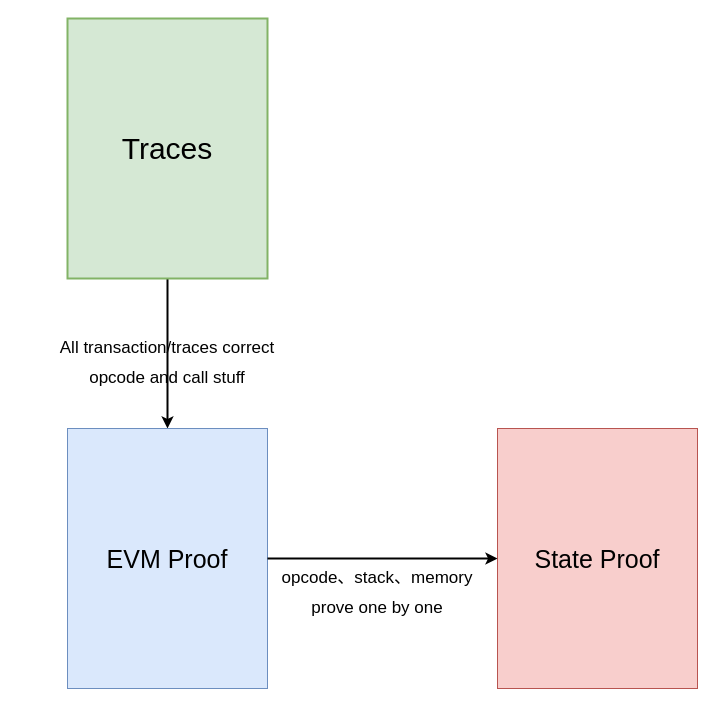
Before: zkevm/EVM/state-proof.drawio in 0xyicheng/a-research-diagram, a draw.io diagram. Source tidied: cells renumbered, new cells numbered last; positions are measured from the earlier drawing's top-left corner, leaving out a move shared by most shapes. Both pictures are drawn from the tidied source at 100%, with x=0, y=0 at pixel (17, 18).
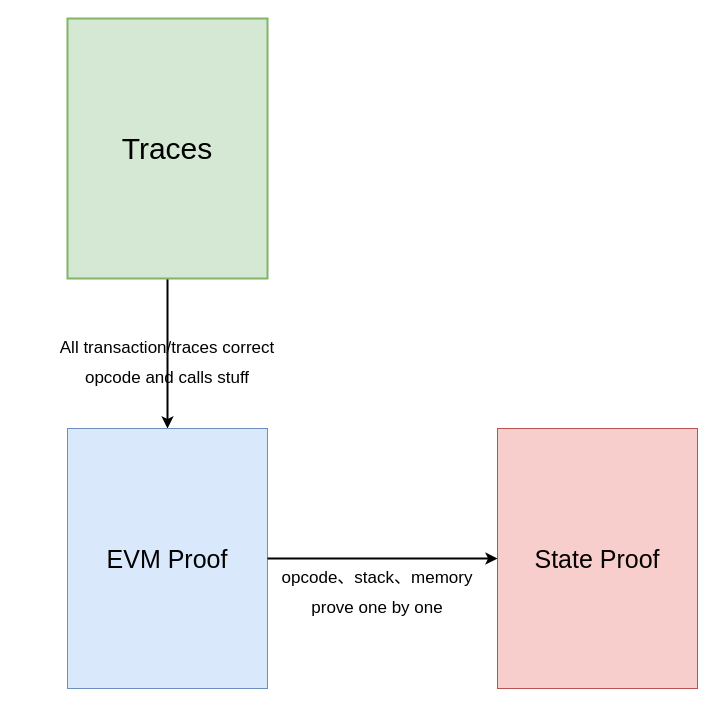
Above is the later version.

What changed in the source:
```diff
@@
 <mxGraphModel>
   <root>
     <mxCell id="0" />
     <mxCell id="1" parent="0" />
     <mxCell id="2" style="edgeStyle=orthogonalEdgeStyle;rounded=0;jettySize=auto;html=1;fontSize=30;strokeWidth=2;" parent="1" edge="1" source="3" target="4">
       <mxGeometry relative="1" as="geometry" />
     </mxCell>
     <mxCell id="3" value="&lt;font style=&quot;font-size: 30px;&quot;&gt;Traces&lt;/font&gt;" style="rounded=0;whiteSpace=wrap;html=1;fillColor=#d5e8d4;strokeColor=#82b366;strokeWidth=2;" parent="1" vertex="1">
       <mxGeometry x="50" width="200" height="260" as="geometry" />
     </mxCell>
     <mxCell id="4" value="&lt;font style=&quot;font-size: 25px;&quot;&gt;EVM Proof&lt;/font&gt;" style="rounded=0;whiteSpace=wrap;html=1;fillColor=#dae8fc;strokeColor=#6c8ebf;" parent="1" vertex="1">
       <mxGeometry x="50" y="410" width="200" height="260" as="geometry" />
     </mxCell>
     <mxCell id="5" value="&lt;font style=&quot;font-size: 25px;&quot;&gt;State Proof&lt;/font&gt;" style="rounded=0;whiteSpace=wrap;html=1;fillColor=#f8cecc;strokeColor=#b85450;" parent="1" vertex="1">
       <mxGeometry x="480" y="410" width="200" height="260" as="geometry" />
     </mxCell>
     <mxCell id="6" style="endArrow=classic;html=1;rounded=0;fontSize=25;strokeWidth=2;" parent="1" edge="1" target="5">
       <mxGeometry relative="1" as="geometry">
         <mxPoint x="250" y="540" as="sourcePoint" />
       </mxGeometry>
     </mxCell>
-    <mxCell id="7" value="&lt;span style=&quot;font-size: 17px; line-height: 1;&quot;&gt;All transaction/traces correct&lt;br&gt;opcode and call stuff&lt;br&gt;&lt;/span&gt;" style="text;html=1;strokeColor=none;fillColor=none;align=center;verticalAlign=middle;whiteSpace=wrap;rounded=0;fontSize=25;" parent="1" vertex="1">
+    <mxCell id="7" value="&lt;span style=&quot;font-size: 17px; line-height: 1;&quot;&gt;All transaction/traces correct&lt;br&gt;opcode and calls stuff&lt;br&gt;&lt;/span&gt;" style="text;html=1;strokeColor=none;fillColor=none;align=center;verticalAlign=middle;whiteSpace=wrap;rounded=0;fontSize=25;" parent="1" vertex="1">
       <mxGeometry y="300" width="300" height="80" as="geometry" />
     </mxCell>
     <mxCell id="8" value="&lt;span style=&quot;font-size: 17px; line-height: 1;&quot;&gt;opcode、stack、memory&lt;br&gt;prove one by one&lt;br&gt;&lt;/span&gt;" style="text;html=1;strokeColor=none;fillColor=none;align=center;verticalAlign=middle;whiteSpace=wrap;rounded=0;fontSize=25;" parent="1" vertex="1">
       <mxGeometry x="210" y="530" width="300" height="80" as="geometry" />
     </mxCell>
   </root>
 </mxGraphModel>
```
